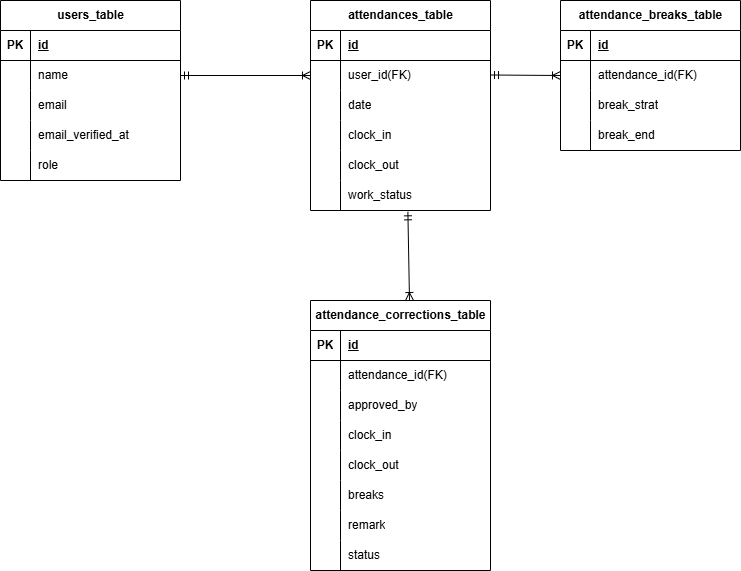
The draw.io diagram src/time-and-attendance-management-system.png in yo003002/time-and-management-system, before a commit. Source tidied: cells renumbered, new cells last; positions are measured from the earlier drawing's top-left corner, leaving out a move shared by most shapes. Its diagram source:
```xml
<mxGraphModel background="#FFFFFF">
  <root>
    <mxCell id="0" />
    <mxCell id="1" parent="0" />
    <mxCell id="2" value="users_table" style="shape=table;startSize=30;rowLines=0;fontStyle=1;align=center;html=1;" parent="1" vertex="1">
      <mxGeometry width="180" height="180" as="geometry" />
    </mxCell>
    <mxCell id="3" style="shape=tableRow;horizontal=0;startSize=0;swimlaneHead=0;swimlaneBody=0;fillColor=none;top=0;left=0;right=0;bottom=1;" parent="2" vertex="1">
      <mxGeometry y="30" width="180" height="30" as="geometry" />
    </mxCell>
    <mxCell id="4" value="PK" style="shape=partialRectangle;fillColor=none;top=0;left=0;bottom=0;right=0;fontStyle=1;overflow=hidden;whiteSpace=wrap;html=1;" parent="3" vertex="1">
      <mxGeometry width="30" height="30" as="geometry" />
    </mxCell>
    <mxCell id="5" value="id" style="shape=partialRectangle;fillColor=none;top=0;left=0;bottom=0;right=0;align=left;spacingLeft=6;fontStyle=5;overflow=hidden;whiteSpace=wrap;html=1;" parent="3" vertex="1">
      <mxGeometry x="30" width="150" height="30" as="geometry" />
    </mxCell>
    <mxCell id="6" style="shape=tableRow;horizontal=0;startSize=0;swimlaneHead=0;swimlaneBody=0;fillColor=none;points=[[0,0.5],[1,0.5]];portConstraint=eastwest;top=0;left=0;right=0;bottom=0;" parent="2" vertex="1">
      <mxGeometry y="60" width="180" height="30" as="geometry" />
    </mxCell>
    <mxCell id="7" style="shape=partialRectangle;fillColor=none;top=0;left=0;bottom=0;right=0;overflow=hidden;whiteSpace=wrap;html=1;" parent="6" vertex="1">
      <mxGeometry width="30" height="30" as="geometry" />
    </mxCell>
    <mxCell id="8" value="name" style="shape=partialRectangle;fillColor=none;top=0;left=0;bottom=0;right=0;align=left;spacingLeft=6;overflow=hidden;whiteSpace=wrap;html=1;" parent="6" vertex="1">
      <mxGeometry x="30" width="150" height="30" as="geometry" />
    </mxCell>
    <mxCell id="9" style="shape=tableRow;horizontal=0;startSize=0;swimlaneHead=0;swimlaneBody=0;fillColor=none;top=0;left=0;right=0;bottom=0;" parent="2" vertex="1">
      <mxGeometry y="90" width="180" height="30" as="geometry" />
    </mxCell>
    <mxCell id="10" style="shape=partialRectangle;fillColor=none;top=0;left=0;bottom=0;right=0;overflow=hidden;whiteSpace=wrap;html=1;" parent="9" vertex="1">
      <mxGeometry width="30" height="30" as="geometry" />
    </mxCell>
    <mxCell id="11" value="email" style="shape=partialRectangle;fillColor=none;top=0;left=0;bottom=0;right=0;align=left;spacingLeft=6;overflow=hidden;whiteSpace=wrap;html=1;" parent="9" vertex="1">
      <mxGeometry x="30" width="150" height="30" as="geometry" />
    </mxCell>
    <mxCell id="12" style="shape=tableRow;horizontal=0;startSize=0;swimlaneHead=0;swimlaneBody=0;fillColor=none;top=0;left=0;right=0;bottom=0;" parent="2" vertex="1">
      <mxGeometry y="120" width="180" height="30" as="geometry" />
    </mxCell>
    <mxCell id="13" style="shape=partialRectangle;fillColor=none;top=0;left=0;bottom=0;right=0;overflow=hidden;whiteSpace=wrap;html=1;" parent="12" vertex="1">
      <mxGeometry width="30" height="30" as="geometry" />
    </mxCell>
    <mxCell id="14" value="email_verified_at" style="shape=partialRectangle;fillColor=none;top=0;left=0;bottom=0;right=0;align=left;spacingLeft=6;overflow=hidden;whiteSpace=wrap;html=1;" parent="12" vertex="1">
      <mxGeometry x="30" width="150" height="30" as="geometry" />
    </mxCell>
    <mxCell id="15" style="shape=tableRow;horizontal=0;startSize=0;swimlaneHead=0;swimlaneBody=0;fillColor=none;top=0;left=0;right=0;bottom=0;" parent="2" vertex="1">
      <mxGeometry y="150" width="180" height="30" as="geometry" />
    </mxCell>
    <mxCell id="16" style="shape=partialRectangle;fillColor=none;top=0;left=0;bottom=0;right=0;overflow=hidden;whiteSpace=wrap;html=1;" parent="15" vertex="1">
      <mxGeometry width="30" height="30" as="geometry" />
    </mxCell>
    <mxCell id="17" value="role" style="shape=partialRectangle;fillColor=none;top=0;left=0;bottom=0;right=0;align=left;spacingLeft=6;overflow=hidden;whiteSpace=wrap;html=1;" parent="15" vertex="1">
      <mxGeometry x="30" width="150" height="30" as="geometry" />
    </mxCell>
    <mxCell id="18" value="attendances_table" style="shape=table;startSize=30;rowLines=0;fontStyle=1;align=center;html=1;" parent="1" vertex="1">
      <mxGeometry x="310" width="180" height="210" as="geometry" />
    </mxCell>
    <mxCell id="19" style="shape=tableRow;horizontal=0;startSize=0;swimlaneHead=0;swimlaneBody=0;fillColor=none;top=0;left=0;right=0;bottom=1;" parent="18" vertex="1">
      <mxGeometry y="30" width="180" height="30" as="geometry" />
    </mxCell>
    <mxCell id="20" value="PK" style="shape=partialRectangle;fillColor=none;top=0;left=0;bottom=0;right=0;fontStyle=1;overflow=hidden;whiteSpace=wrap;html=1;" parent="19" vertex="1">
      <mxGeometry width="30" height="30" as="geometry" />
    </mxCell>
    <mxCell id="21" value="id" style="shape=partialRectangle;fillColor=none;top=0;left=0;bottom=0;right=0;align=left;spacingLeft=6;fontStyle=5;overflow=hidden;whiteSpace=wrap;html=1;" parent="19" vertex="1">
      <mxGeometry x="30" width="150" height="30" as="geometry" />
    </mxCell>
    <mxCell id="22" style="shape=tableRow;horizontal=0;startSize=0;swimlaneHead=0;swimlaneBody=0;fillColor=none;points=[[0,0.5],[1,0.5]];portConstraint=eastwest;top=0;left=0;right=0;bottom=0;" parent="18" vertex="1">
      <mxGeometry y="60" width="180" height="30" as="geometry" />
    </mxCell>
    <mxCell id="23" style="shape=partialRectangle;fillColor=none;top=0;left=0;bottom=0;right=0;overflow=hidden;whiteSpace=wrap;html=1;" parent="22" vertex="1">
      <mxGeometry width="30" height="30" as="geometry" />
    </mxCell>
    <mxCell id="24" value="user_id(FK)" style="shape=partialRectangle;fillColor=none;top=0;left=0;bottom=0;right=0;align=left;spacingLeft=6;overflow=hidden;whiteSpace=wrap;html=1;" parent="22" vertex="1">
      <mxGeometry x="30" width="150" height="30" as="geometry" />
    </mxCell>
    <mxCell id="25" style="shape=tableRow;horizontal=0;startSize=0;swimlaneHead=0;swimlaneBody=0;fillColor=none;top=0;left=0;right=0;bottom=0;" parent="18" vertex="1">
      <mxGeometry y="90" width="180" height="30" as="geometry" />
    </mxCell>
    <mxCell id="26" style="shape=partialRectangle;fillColor=none;top=0;left=0;bottom=0;right=0;overflow=hidden;whiteSpace=wrap;html=1;" parent="25" vertex="1">
      <mxGeometry width="30" height="30" as="geometry" />
    </mxCell>
    <mxCell id="27" value="date" style="shape=partialRectangle;fillColor=none;top=0;left=0;bottom=0;right=0;align=left;spacingLeft=6;overflow=hidden;whiteSpace=wrap;html=1;" parent="25" vertex="1">
      <mxGeometry x="30" width="150" height="30" as="geometry" />
    </mxCell>
    <mxCell id="28" style="shape=tableRow;horizontal=0;startSize=0;swimlaneHead=0;swimlaneBody=0;fillColor=none;top=0;left=0;right=0;bottom=0;" parent="18" vertex="1">
      <mxGeometry y="120" width="180" height="30" as="geometry" />
    </mxCell>
    <mxCell id="29" style="shape=partialRectangle;fillColor=none;top=0;left=0;bottom=0;right=0;overflow=hidden;whiteSpace=wrap;html=1;" parent="28" vertex="1">
      <mxGeometry width="30" height="30" as="geometry" />
    </mxCell>
    <mxCell id="30" value="clock_in" style="shape=partialRectangle;fillColor=none;top=0;left=0;bottom=0;right=0;align=left;spacingLeft=6;overflow=hidden;whiteSpace=wrap;html=1;" parent="28" vertex="1">
      <mxGeometry x="30" width="150" height="30" as="geometry" />
    </mxCell>
    <mxCell id="31" style="shape=tableRow;horizontal=0;startSize=0;swimlaneHead=0;swimlaneBody=0;fillColor=none;top=0;left=0;right=0;bottom=0;" parent="18" vertex="1">
      <mxGeometry y="150" width="180" height="30" as="geometry" />
    </mxCell>
    <mxCell id="32" style="shape=partialRectangle;fillColor=none;top=0;left=0;bottom=0;right=0;overflow=hidden;whiteSpace=wrap;html=1;" parent="31" vertex="1">
      <mxGeometry width="30" height="30" as="geometry" />
    </mxCell>
    <mxCell id="33" value="clock_out" style="shape=partialRectangle;fillColor=none;top=0;left=0;bottom=0;right=0;align=left;spacingLeft=6;overflow=hidden;whiteSpace=wrap;html=1;" parent="31" vertex="1">
      <mxGeometry x="30" width="150" height="30" as="geometry" />
    </mxCell>
    <mxCell id="34" style="shape=tableRow;horizontal=0;startSize=0;swimlaneHead=0;swimlaneBody=0;fillColor=none;points=[[0,0.5],[1,0.5]];portConstraint=eastwest;top=0;left=0;right=0;bottom=0;" parent="18" vertex="1">
      <mxGeometry y="180" width="180" height="30" as="geometry" />
    </mxCell>
    <mxCell id="35" style="shape=partialRectangle;fillColor=none;top=0;left=0;bottom=0;right=0;overflow=hidden;whiteSpace=wrap;html=1;" parent="34" vertex="1">
      <mxGeometry width="30" height="30" as="geometry" />
    </mxCell>
    <mxCell id="36" value="work_status" style="shape=partialRectangle;fillColor=none;top=0;left=0;bottom=0;right=0;align=left;spacingLeft=6;overflow=hidden;whiteSpace=wrap;html=1;" parent="34" vertex="1">
      <mxGeometry x="30" width="150" height="30" as="geometry" />
    </mxCell>
    <mxCell id="37" value="attendance_breaks_table" style="shape=table;startSize=30;rowLines=0;fontStyle=1;align=center;html=1;" parent="1" vertex="1">
      <mxGeometry x="560" width="180" height="150" as="geometry" />
    </mxCell>
    <mxCell id="38" style="shape=tableRow;horizontal=0;startSize=0;swimlaneHead=0;swimlaneBody=0;fillColor=none;top=0;left=0;right=0;bottom=1;" parent="37" vertex="1">
      <mxGeometry y="30" width="180" height="30" as="geometry" />
    </mxCell>
    <mxCell id="39" value="PK" style="shape=partialRectangle;fillColor=none;top=0;left=0;bottom=0;right=0;fontStyle=1;overflow=hidden;whiteSpace=wrap;html=1;" parent="38" vertex="1">
      <mxGeometry width="30" height="30" as="geometry" />
    </mxCell>
    <mxCell id="40" value="id" style="shape=partialRectangle;fillColor=none;top=0;left=0;bottom=0;right=0;align=left;spacingLeft=6;fontStyle=5;overflow=hidden;whiteSpace=wrap;html=1;" parent="38" vertex="1">
      <mxGeometry x="30" width="150" height="30" as="geometry" />
    </mxCell>
    <mxCell id="41" style="shape=tableRow;horizontal=0;startSize=0;swimlaneHead=0;swimlaneBody=0;fillColor=none;points=[[0,0.5],[1,0.5]];portConstraint=eastwest;top=0;left=0;right=0;bottom=0;" parent="37" vertex="1">
      <mxGeometry y="60" width="180" height="30" as="geometry" />
    </mxCell>
    <mxCell id="42" style="shape=partialRectangle;fillColor=none;top=0;left=0;bottom=0;right=0;overflow=hidden;whiteSpace=wrap;html=1;" parent="41" vertex="1">
      <mxGeometry width="30" height="30" as="geometry" />
    </mxCell>
    <mxCell id="43" value="attendance_id(FK)" style="shape=partialRectangle;fillColor=none;top=0;left=0;bottom=0;right=0;align=left;spacingLeft=6;overflow=hidden;whiteSpace=wrap;html=1;" parent="41" vertex="1">
      <mxGeometry x="30" width="150" height="30" as="geometry" />
    </mxCell>
    <mxCell id="44" style="shape=tableRow;horizontal=0;startSize=0;swimlaneHead=0;swimlaneBody=0;fillColor=none;top=0;left=0;right=0;bottom=0;" parent="37" vertex="1">
      <mxGeometry y="90" width="180" height="30" as="geometry" />
    </mxCell>
    <mxCell id="45" style="shape=partialRectangle;fillColor=none;top=0;left=0;bottom=0;right=0;overflow=hidden;whiteSpace=wrap;html=1;" parent="44" vertex="1">
      <mxGeometry width="30" height="30" as="geometry" />
    </mxCell>
    <mxCell id="46" value="break_strat" style="shape=partialRectangle;fillColor=none;top=0;left=0;bottom=0;right=0;align=left;spacingLeft=6;overflow=hidden;whiteSpace=wrap;html=1;" parent="44" vertex="1">
      <mxGeometry x="30" width="150" height="30" as="geometry" />
    </mxCell>
    <mxCell id="47" style="shape=tableRow;horizontal=0;startSize=0;swimlaneHead=0;swimlaneBody=0;fillColor=none;top=0;left=0;right=0;bottom=0;" parent="37" vertex="1">
      <mxGeometry y="120" width="180" height="30" as="geometry" />
    </mxCell>
    <mxCell id="48" style="shape=partialRectangle;fillColor=none;top=0;left=0;bottom=0;right=0;overflow=hidden;whiteSpace=wrap;html=1;" parent="47" vertex="1">
      <mxGeometry width="30" height="30" as="geometry" />
    </mxCell>
    <mxCell id="49" value="break_end" style="shape=partialRectangle;fillColor=none;top=0;left=0;bottom=0;right=0;align=left;spacingLeft=6;overflow=hidden;whiteSpace=wrap;html=1;" parent="47" vertex="1">
      <mxGeometry x="30" width="150" height="30" as="geometry" />
    </mxCell>
    <mxCell id="50" value="attendance_corrections_table" style="shape=table;startSize=30;rowLines=0;fontStyle=1;align=center;html=1;" parent="1" vertex="1">
      <mxGeometry x="310" y="300" width="180" height="270" as="geometry" />
    </mxCell>
    <mxCell id="51" style="shape=tableRow;horizontal=0;startSize=0;swimlaneHead=0;swimlaneBody=0;fillColor=none;top=0;left=0;right=0;bottom=1;" parent="50" vertex="1">
      <mxGeometry y="30" width="180" height="30" as="geometry" />
    </mxCell>
    <mxCell id="52" value="PK" style="shape=partialRectangle;fillColor=none;top=0;left=0;bottom=0;right=0;fontStyle=1;overflow=hidden;whiteSpace=wrap;html=1;" parent="51" vertex="1">
      <mxGeometry width="30" height="30" as="geometry" />
    </mxCell>
    <mxCell id="53" value="id" style="shape=partialRectangle;fillColor=none;top=0;left=0;bottom=0;right=0;align=left;spacingLeft=6;fontStyle=5;overflow=hidden;whiteSpace=wrap;html=1;" parent="51" vertex="1">
      <mxGeometry x="30" width="150" height="30" as="geometry" />
    </mxCell>
    <mxCell id="54" style="shape=tableRow;horizontal=0;startSize=0;swimlaneHead=0;swimlaneBody=0;fillColor=none;top=0;left=0;right=0;bottom=0;" parent="50" vertex="1">
      <mxGeometry y="60" width="180" height="30" as="geometry" />
    </mxCell>
    <mxCell id="55" style="shape=partialRectangle;fillColor=none;top=0;left=0;bottom=0;right=0;overflow=hidden;whiteSpace=wrap;html=1;" parent="54" vertex="1">
      <mxGeometry width="30" height="30" as="geometry" />
    </mxCell>
    <mxCell id="56" value="attendance_id(FK)" style="shape=partialRectangle;fillColor=none;top=0;left=0;bottom=0;right=0;align=left;spacingLeft=6;overflow=hidden;whiteSpace=wrap;html=1;" parent="54" vertex="1">
      <mxGeometry x="30" width="150" height="30" as="geometry" />
    </mxCell>
    <mxCell id="57" style="shape=tableRow;horizontal=0;startSize=0;swimlaneHead=0;swimlaneBody=0;fillColor=none;top=0;left=0;right=0;bottom=0;" parent="50" vertex="1">
      <mxGeometry y="90" width="180" height="30" as="geometry" />
    </mxCell>
    <mxCell id="58" style="shape=partialRectangle;fillColor=none;top=0;left=0;bottom=0;right=0;overflow=hidden;whiteSpace=wrap;html=1;" parent="57" vertex="1">
      <mxGeometry width="30" height="30" as="geometry" />
    </mxCell>
    <mxCell id="59" value="approved_by" style="shape=partialRectangle;fillColor=none;top=0;left=0;bottom=0;right=0;align=left;spacingLeft=6;overflow=hidden;whiteSpace=wrap;html=1;" parent="57" vertex="1">
      <mxGeometry x="30" width="150" height="30" as="geometry" />
    </mxCell>
    <mxCell id="60" style="shape=tableRow;horizontal=0;startSize=0;swimlaneHead=0;swimlaneBody=0;fillColor=none;top=0;left=0;right=0;bottom=0;" parent="50" vertex="1">
      <mxGeometry y="120" width="180" height="30" as="geometry" />
    </mxCell>
    <mxCell id="61" style="shape=partialRectangle;fillColor=none;top=0;left=0;bottom=0;right=0;overflow=hidden;whiteSpace=wrap;html=1;" parent="60" vertex="1">
      <mxGeometry width="30" height="30" as="geometry" />
    </mxCell>
    <mxCell id="62" value="clock_in" style="shape=partialRectangle;fillColor=none;top=0;left=0;bottom=0;right=0;align=left;spacingLeft=6;overflow=hidden;whiteSpace=wrap;html=1;" parent="60" vertex="1">
      <mxGeometry x="30" width="150" height="30" as="geometry" />
    </mxCell>
    <mxCell id="63" style="shape=tableRow;horizontal=0;startSize=0;swimlaneHead=0;swimlaneBody=0;fillColor=none;top=0;left=0;right=0;bottom=0;" parent="50" vertex="1">
      <mxGeometry y="150" width="180" height="30" as="geometry" />
    </mxCell>
    <mxCell id="64" style="shape=partialRectangle;fillColor=none;top=0;left=0;bottom=0;right=0;overflow=hidden;whiteSpace=wrap;html=1;" parent="63" vertex="1">
      <mxGeometry width="30" height="30" as="geometry" />
    </mxCell>
    <mxCell id="65" value="clock_out" style="shape=partialRectangle;fillColor=none;top=0;left=0;bottom=0;right=0;align=left;spacingLeft=6;overflow=hidden;whiteSpace=wrap;html=1;" parent="63" vertex="1">
      <mxGeometry x="30" width="150" height="30" as="geometry" />
    </mxCell>
    <mxCell id="66" style="shape=tableRow;horizontal=0;startSize=0;swimlaneHead=0;swimlaneBody=0;fillColor=none;top=0;left=0;right=0;bottom=0;" parent="50" vertex="1">
      <mxGeometry y="180" width="180" height="30" as="geometry" />
    </mxCell>
    <mxCell id="67" style="shape=partialRectangle;fillColor=none;top=0;left=0;bottom=0;right=0;overflow=hidden;whiteSpace=wrap;html=1;" parent="66" vertex="1">
      <mxGeometry width="30" height="30" as="geometry" />
    </mxCell>
    <mxCell id="68" value="breaks" style="shape=partialRectangle;fillColor=none;top=0;left=0;bottom=0;right=0;align=left;spacingLeft=6;overflow=hidden;whiteSpace=wrap;html=1;" parent="66" vertex="1">
      <mxGeometry x="30" width="150" height="30" as="geometry" />
    </mxCell>
    <mxCell id="69" style="shape=tableRow;horizontal=0;startSize=0;swimlaneHead=0;swimlaneBody=0;fillColor=none;top=0;left=0;right=0;bottom=0;" parent="50" vertex="1">
      <mxGeometry y="210" width="180" height="30" as="geometry" />
    </mxCell>
    <mxCell id="70" style="shape=partialRectangle;fillColor=none;top=0;left=0;bottom=0;right=0;overflow=hidden;whiteSpace=wrap;html=1;" parent="69" vertex="1">
      <mxGeometry width="30" height="30" as="geometry" />
    </mxCell>
    <mxCell id="71" value="remark" style="shape=partialRectangle;fillColor=none;top=0;left=0;bottom=0;right=0;align=left;spacingLeft=6;overflow=hidden;whiteSpace=wrap;html=1;" parent="69" vertex="1">
      <mxGeometry x="30" width="150" height="30" as="geometry" />
    </mxCell>
    <mxCell id="72" style="shape=tableRow;horizontal=0;startSize=0;swimlaneHead=0;swimlaneBody=0;fillColor=none;top=0;left=0;right=0;bottom=0;" parent="50" vertex="1">
      <mxGeometry y="240" width="180" height="30" as="geometry" />
    </mxCell>
    <mxCell id="73" style="shape=partialRectangle;fillColor=none;top=0;left=0;bottom=0;right=0;overflow=hidden;whiteSpace=wrap;html=1;" parent="72" vertex="1">
      <mxGeometry width="30" height="30" as="geometry" />
    </mxCell>
    <mxCell id="74" value="status" style="shape=partialRectangle;fillColor=none;top=0;left=0;bottom=0;right=0;align=left;spacingLeft=6;overflow=hidden;whiteSpace=wrap;html=1;" parent="72" vertex="1">
      <mxGeometry x="30" width="150" height="30" as="geometry" />
    </mxCell>
    <mxCell id="75" style="fontSize=12;html=1;endArrow=ERoneToMany;startArrow=ERmandOne;exitX=1;exitY=0.5;exitDx=0;exitDy=0;entryX=0;entryY=0.5;entryDx=0;entryDy=0;" parent="1" edge="1" source="6" target="22">
      <mxGeometry relative="1" as="geometry" />
    </mxCell>
    <mxCell id="76" style="fontSize=12;html=1;endArrow=ERoneToMany;startArrow=ERmandOne;exitX=1;exitY=0.5;exitDx=0;exitDy=0;entryX=0;entryY=0.5;entryDx=0;entryDy=0;" parent="1" edge="1" target="41">
      <mxGeometry relative="1" as="geometry">
        <mxPoint x="490" y="74.5" as="sourcePoint" />
      </mxGeometry>
    </mxCell>
    <mxCell id="77" style="fontSize=12;html=1;endArrow=ERoneToMany;startArrow=ERmandOne;exitX=0.541;exitY=1.044;exitDx=0;exitDy=0;exitPerimeter=0;" parent="1" edge="1" source="34">
      <mxGeometry relative="1" as="geometry">
        <mxPoint x="409" y="300" as="targetPoint" />
      </mxGeometry>
    </mxCell>
  </root>
</mxGraphModel>
```
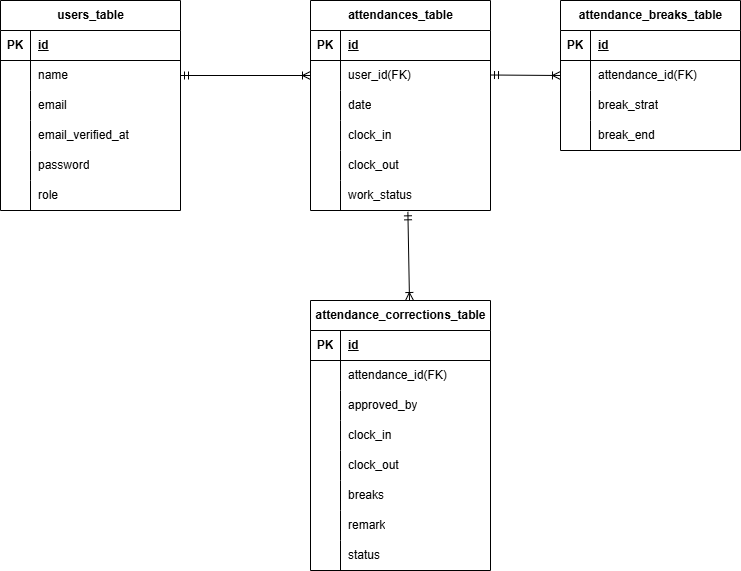
After the change.

The edit, as a diff of the source:
```diff
@@ -3,7 +3,7 @@
     <mxCell id="0" />
     <mxCell id="1" parent="0" />
     <mxCell id="2" value="users_table" style="shape=table;startSize=30;rowLines=0;fontStyle=1;align=center;html=1;" parent="1" vertex="1">
-      <mxGeometry width="180" height="180" as="geometry" />
+      <mxGeometry width="180" height="210" as="geometry" />
     </mxCell>
     <mxCell id="3" style="shape=tableRow;horizontal=0;startSize=0;swimlaneHead=0;swimlaneBody=0;fillColor=none;top=0;left=0;right=0;bottom=1;" parent="2" vertex="1">
       <mxGeometry y="30" width="180" height="30" as="geometry" />
@@ -47,9 +47,18 @@
     <mxCell id="16" style="shape=partialRectangle;fillColor=none;top=0;left=0;bottom=0;right=0;overflow=hidden;whiteSpace=wrap;html=1;" parent="15" vertex="1">
       <mxGeometry width="30" height="30" as="geometry" />
     </mxCell>
-    <mxCell id="17" value="role" style="shape=partialRectangle;fillColor=none;top=0;left=0;bottom=0;right=0;align=left;spacingLeft=6;overflow=hidden;whiteSpace=wrap;html=1;" parent="15" vertex="1">
+    <mxCell id="17" value="password" style="shape=partialRectangle;fillColor=none;top=0;left=0;bottom=0;right=0;align=left;spacingLeft=6;overflow=hidden;whiteSpace=wrap;html=1;" parent="15" vertex="1">
       <mxGeometry x="30" width="150" height="30" as="geometry" />
     </mxCell>
+    <mxCell id="78" style="shape=tableRow;horizontal=0;startSize=0;swimlaneHead=0;swimlaneBody=0;fillColor=none;top=0;left=0;right=0;bottom=0;" parent="2" vertex="1">
+      <mxGeometry y="180" width="180" height="30" as="geometry" />
+    </mxCell>
+    <mxCell id="79" style="shape=partialRectangle;fillColor=none;top=0;left=0;bottom=0;right=0;overflow=hidden;whiteSpace=wrap;html=1;" parent="78" vertex="1">
+      <mxGeometry width="30" height="30" as="geometry" />
+    </mxCell>
+    <mxCell id="80" value="role" style="shape=partialRectangle;fillColor=none;top=0;left=0;bottom=0;right=0;align=left;spacingLeft=6;overflow=hidden;whiteSpace=wrap;html=1;" parent="78" vertex="1">
+      <mxGeometry x="30" width="150" height="30" as="geometry" />
+    </mxCell>
     <mxCell id="18" value="attendances_table" style="shape=table;startSize=30;rowLines=0;fontStyle=1;align=center;html=1;" parent="1" vertex="1">
       <mxGeometry x="310" width="180" height="210" as="geometry" />
     </mxCell>
```
